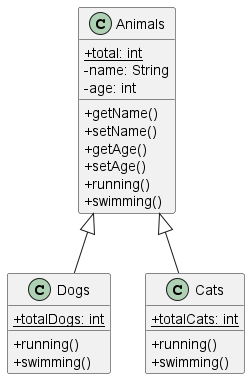
Earlier version of the PlantUML export class-diagrame.png (Wiltor69/hillel-java-pro-unit-04). Its diagram source:
```plantuml
@startuml
skinparam classAttributeIconSize 0

class Animals{
    +{static}total: int
    -name: String
    -age: int
    +getName()
    +setName()
    +getAge()
    +setAge()
    +running()
    +swimming()
}

class Dogs{
+{static}totalDogs: int
 +running()
 +swimming()
}

class Cats {
+{static}totalCats: int
 +running()
  +swimming()
}

Animals <|-- Dogs
Animals <|-- Cats
@enduml
```
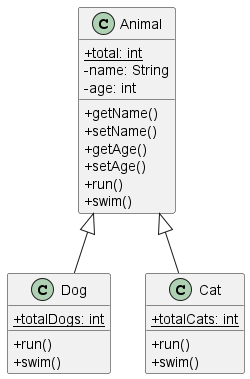
The same file after the commit.

Diff of the diagram source:
```diff
@@ -1,7 +1,7 @@
 @startuml
 skinparam classAttributeIconSize 0
 
-class Animals{
+class Animal{
     +{static}total: int
     -name: String
     -age: int
@@ -9,22 +9,22 @@
     +setName()
     +getAge()
     +setAge()
-    +running()
-    +swimming()
+    +run()
+    +swim()
 }
 
-class Dogs{
+class Dog{
 +{static}totalDogs: int
- +running()
- +swimming()
+ +run()
+ +swim()
 }
 
-class Cats {
+class Cat {
 +{static}totalCats: int
- +running()
-  +swimming()
+ +run()
+  +swim()
 }
 
-Animals <|-- Dogs
-Animals <|-- Cats
+Animal <|-- Dog
+Animal <|-- Cat
 @enduml
```
